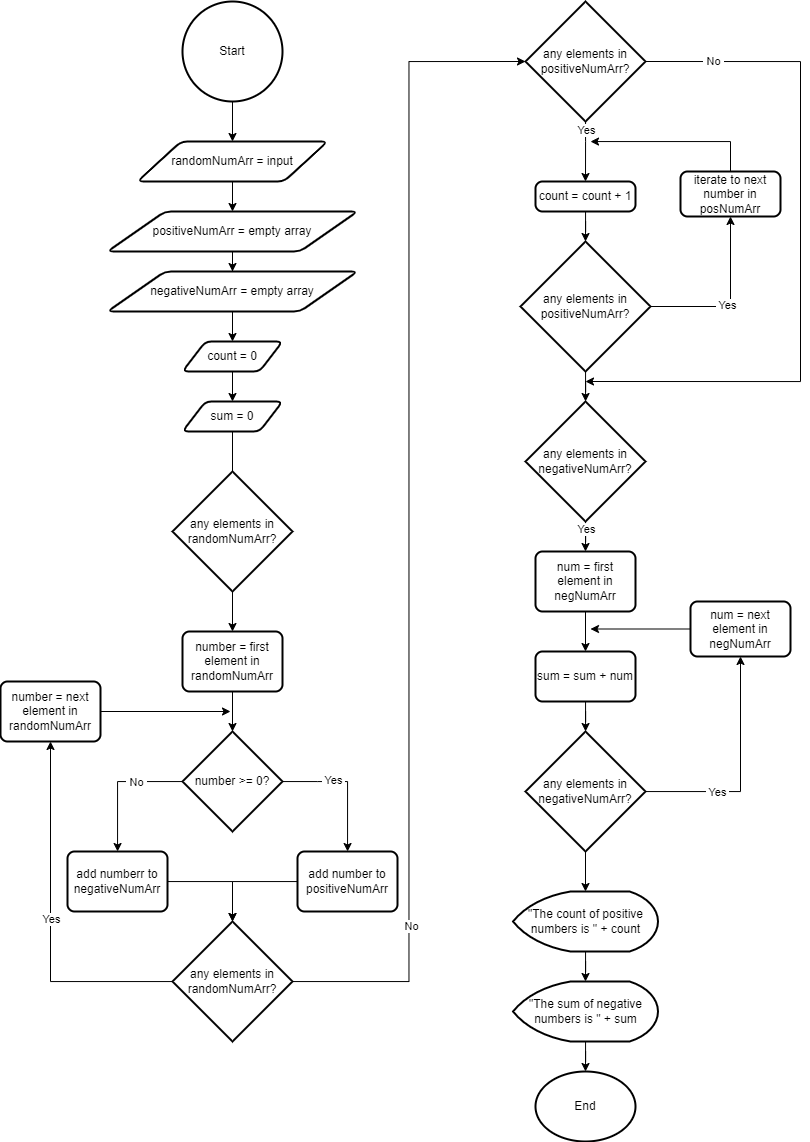
Before: PositiveCountNegativeSum.drawio.png, a diagram exported from draw.io (AaronInTheForest/Pseudocode-and-flowchart-demo). Source tidied: cells renumbered, new cells last; positions are measured from the earlier drawing's top-left corner, leaving out a move shared by most shapes. Source of this version:
```xml
<mxGraphModel>
  <root>
    <mxCell id="0" />
    <mxCell id="1" parent="0" />
    <mxCell id="2" style="edgeStyle=orthogonalEdgeStyle;rounded=0;jettySize=auto;html=1;entryX=0.5;entryY=0;entryDx=0;entryDy=0;" parent="1" edge="1" source="3" target="5">
      <mxGeometry relative="1" as="geometry" />
    </mxCell>
    <mxCell id="3" value="Start" style="strokeWidth=2;html=1;shape=mxgraph.flowchart.start_2;whiteSpace=wrap;" parent="1" vertex="1">
      <mxGeometry x="182" width="100" height="100" as="geometry" />
    </mxCell>
    <mxCell id="4" style="edgeStyle=orthogonalEdgeStyle;rounded=0;jettySize=auto;html=1;" parent="1" edge="1" source="5" target="7">
      <mxGeometry relative="1" as="geometry" />
    </mxCell>
    <mxCell id="5" value="randomNumArr = input" style="shape=parallelogram;html=1;strokeWidth=2;perimeter=parallelogramPerimeter;whiteSpace=wrap;rounded=1;arcSize=12;size=0.23;" parent="1" vertex="1">
      <mxGeometry x="137" y="140" width="190" height="40" as="geometry" />
    </mxCell>
    <mxCell id="6" style="edgeStyle=orthogonalEdgeStyle;rounded=0;jettySize=auto;html=1;" parent="1" edge="1" source="7" target="9">
      <mxGeometry relative="1" as="geometry" />
    </mxCell>
    <mxCell id="7" value="positiveNumArr = empty array" style="shape=parallelogram;html=1;strokeWidth=2;perimeter=parallelogramPerimeter;whiteSpace=wrap;rounded=1;arcSize=12;size=0.23;" parent="1" vertex="1">
      <mxGeometry x="107" y="210" width="250" height="40" as="geometry" />
    </mxCell>
    <mxCell id="8" style="edgeStyle=orthogonalEdgeStyle;rounded=0;jettySize=auto;html=1;" parent="1" edge="1" source="9" target="11">
      <mxGeometry relative="1" as="geometry" />
    </mxCell>
    <mxCell id="9" value="negativeNumArr = empty array" style="shape=parallelogram;html=1;strokeWidth=2;perimeter=parallelogramPerimeter;whiteSpace=wrap;rounded=1;arcSize=12;size=0.23;" parent="1" vertex="1">
      <mxGeometry x="107" y="270" width="250" height="40" as="geometry" />
    </mxCell>
    <mxCell id="10" style="edgeStyle=orthogonalEdgeStyle;rounded=0;jettySize=auto;html=1;" parent="1" edge="1" source="11" target="13">
      <mxGeometry relative="1" as="geometry" />
    </mxCell>
    <mxCell id="11" value="count = 0" style="shape=parallelogram;html=1;strokeWidth=2;perimeter=parallelogramPerimeter;whiteSpace=wrap;rounded=1;arcSize=12;size=0.23;" parent="1" vertex="1">
      <mxGeometry x="182" y="340" width="100" height="30" as="geometry" />
    </mxCell>
    <mxCell id="12" style="edgeStyle=orthogonalEdgeStyle;rounded=0;jettySize=auto;html=1;startArrow=none;" parent="1" edge="1" source="31">
      <mxGeometry relative="1" as="geometry">
        <mxPoint x="232" y="590" as="targetPoint" />
      </mxGeometry>
    </mxCell>
    <mxCell id="13" value="sum = 0" style="shape=parallelogram;html=1;strokeWidth=2;perimeter=parallelogramPerimeter;whiteSpace=wrap;rounded=1;arcSize=12;size=0.23;" parent="1" vertex="1">
      <mxGeometry x="182" y="400" width="100" height="30" as="geometry" />
    </mxCell>
    <mxCell id="14" style="edgeStyle=orthogonalEdgeStyle;rounded=0;jettySize=auto;html=1;" parent="1" edge="1" source="31" target="30">
      <mxGeometry relative="1" as="geometry" />
    </mxCell>
    <mxCell id="15" style="edgeStyle=orthogonalEdgeStyle;rounded=0;jettySize=auto;html=1;" parent="1" edge="1" source="19" target="21">
      <mxGeometry relative="1" as="geometry">
        <Array as="points">
          <mxPoint x="317" y="780" />
          <mxPoint x="317" y="780" />
        </Array>
      </mxGeometry>
    </mxCell>
    <mxCell id="16" value="&amp;nbsp;Yes&amp;nbsp;" style="edgeLabel;html=1;align=center;verticalAlign=middle;" parent="15" vertex="1">
      <mxGeometry x="-0.26" y="2" relative="1" as="geometry" />
    </mxCell>
    <mxCell id="17" style="edgeStyle=orthogonalEdgeStyle;rounded=0;jettySize=auto;html=1;" parent="1" edge="1" source="19" target="23">
      <mxGeometry relative="1" as="geometry" />
    </mxCell>
    <mxCell id="18" value="&amp;nbsp;No&amp;nbsp;" style="edgeLabel;html=1;align=center;verticalAlign=middle;" parent="17" vertex="1">
      <mxGeometry x="-0.3" relative="1" as="geometry" />
    </mxCell>
    <mxCell id="19" value="number &amp;gt;= 0?" style="strokeWidth=2;html=1;shape=mxgraph.flowchart.decision;whiteSpace=wrap;" parent="1" vertex="1">
      <mxGeometry x="182" y="730" width="100" height="100" as="geometry" />
    </mxCell>
    <mxCell id="20" style="edgeStyle=orthogonalEdgeStyle;rounded=0;jettySize=auto;html=1;entryX=0.5;entryY=0;entryDx=0;entryDy=0;entryPerimeter=0;" parent="1" edge="1" source="21" target="28">
      <mxGeometry relative="1" as="geometry" />
    </mxCell>
    <mxCell id="21" value="add number to positiveNumArr" style="rounded=1;whiteSpace=wrap;html=1;absoluteArcSize=1;arcSize=14;strokeWidth=2;" parent="1" vertex="1">
      <mxGeometry x="297" y="850" width="100" height="60" as="geometry" />
    </mxCell>
    <mxCell id="22" style="edgeStyle=orthogonalEdgeStyle;rounded=0;jettySize=auto;html=1;entryX=0.5;entryY=0;entryDx=0;entryDy=0;entryPerimeter=0;" parent="1" edge="1" source="23" target="28">
      <mxGeometry relative="1" as="geometry" />
    </mxCell>
    <mxCell id="23" value="add numberr to negativeNumArr" style="rounded=1;whiteSpace=wrap;html=1;absoluteArcSize=1;arcSize=14;strokeWidth=2;" parent="1" vertex="1">
      <mxGeometry x="67" y="850" width="100" height="60" as="geometry" />
    </mxCell>
    <mxCell id="24" style="edgeStyle=orthogonalEdgeStyle;rounded=0;jettySize=auto;html=1;entryX=0.5;entryY=1;entryDx=0;entryDy=0;" parent="1" edge="1" source="28" target="34">
      <mxGeometry relative="1" as="geometry" />
    </mxCell>
    <mxCell id="25" value="Yes" style="edgeLabel;html=1;align=center;verticalAlign=middle;" parent="24" vertex="1">
      <mxGeometry x="0.02" relative="1" as="geometry" />
    </mxCell>
    <mxCell id="26" style="edgeStyle=orthogonalEdgeStyle;rounded=0;jettySize=auto;html=1;entryX=0;entryY=0.5;entryDx=0;entryDy=0;entryPerimeter=0;" parent="1" edge="1" source="28" target="39">
      <mxGeometry relative="1" as="geometry" />
    </mxCell>
    <mxCell id="27" value="No" style="edgeLabel;html=1;align=center;verticalAlign=middle;" parent="26" vertex="1">
      <mxGeometry x="-0.7" y="-2" relative="1" as="geometry" />
    </mxCell>
    <mxCell id="28" value="&lt;span&gt;any elements in randomNumArr?&lt;/span&gt;" style="strokeWidth=2;html=1;shape=mxgraph.flowchart.decision;whiteSpace=wrap;" parent="1" vertex="1">
      <mxGeometry x="172" y="920" width="120" height="120" as="geometry" />
    </mxCell>
    <mxCell id="29" style="edgeStyle=orthogonalEdgeStyle;rounded=0;jettySize=auto;html=1;entryX=0.5;entryY=0;entryDx=0;entryDy=0;entryPerimeter=0;" parent="1" edge="1" source="30" target="19">
      <mxGeometry relative="1" as="geometry" />
    </mxCell>
    <mxCell id="30" value="number = first element in randomNumArr" style="rounded=1;whiteSpace=wrap;html=1;absoluteArcSize=1;arcSize=14;strokeWidth=2;" parent="1" vertex="1">
      <mxGeometry x="182" y="630" width="100" height="60" as="geometry" />
    </mxCell>
    <mxCell id="31" value="any elements in randomNumArr?" style="strokeWidth=2;html=1;shape=mxgraph.flowchart.decision;whiteSpace=wrap;" parent="1" vertex="1">
      <mxGeometry x="172" y="470" width="120" height="120" as="geometry" />
    </mxCell>
    <mxCell id="32" style="edgeStyle=orthogonalEdgeStyle;rounded=0;jettySize=auto;html=1;endArrow=none;" parent="1" edge="1" source="13" target="31">
      <mxGeometry relative="1" as="geometry" />
    </mxCell>
    <mxCell id="33" style="edgeStyle=orthogonalEdgeStyle;rounded=0;jettySize=auto;html=1;" parent="1" edge="1" source="34">
      <mxGeometry relative="1" as="geometry">
        <mxPoint x="230" y="710" as="targetPoint" />
      </mxGeometry>
    </mxCell>
    <mxCell id="34" value="number = next element in randomNumArr" style="rounded=1;whiteSpace=wrap;html=1;absoluteArcSize=1;arcSize=14;strokeWidth=2;" parent="1" vertex="1">
      <mxGeometry y="680" width="100" height="60" as="geometry" />
    </mxCell>
    <mxCell id="35" style="edgeStyle=orthogonalEdgeStyle;rounded=0;jettySize=auto;html=1;entryX=0.5;entryY=0;entryDx=0;entryDy=0;" parent="1" edge="1" source="39" target="41">
      <mxGeometry relative="1" as="geometry">
        <Array as="points">
          <mxPoint x="585" y="140" />
          <mxPoint x="585" y="140" />
        </Array>
      </mxGeometry>
    </mxCell>
    <mxCell id="36" value="Yes" style="edgeLabel;html=1;align=center;verticalAlign=middle;" parent="35" vertex="1">
      <mxGeometry x="-0.73" relative="1" as="geometry" />
    </mxCell>
    <mxCell id="37" style="edgeStyle=orthogonalEdgeStyle;rounded=0;jettySize=auto;html=1;exitX=1;exitY=0.5;exitDx=0;exitDy=0;exitPerimeter=0;" parent="1" edge="1" source="39">
      <mxGeometry relative="1" as="geometry">
        <mxPoint x="585" y="380" as="targetPoint" />
        <Array as="points">
          <mxPoint x="800" y="60" />
          <mxPoint x="800" y="380" />
        </Array>
      </mxGeometry>
    </mxCell>
    <mxCell id="38" value="&amp;nbsp;No&amp;nbsp;" style="edgeLabel;html=1;align=center;verticalAlign=middle;" parent="37" vertex="1">
      <mxGeometry x="-0.8" y="1" relative="1" as="geometry" />
    </mxCell>
    <mxCell id="39" value="any elements in positiveNumArr?" style="strokeWidth=2;html=1;shape=mxgraph.flowchart.decision;whiteSpace=wrap;" parent="1" vertex="1">
      <mxGeometry x="525" width="120" height="120" as="geometry" />
    </mxCell>
    <mxCell id="40" style="edgeStyle=orthogonalEdgeStyle;rounded=0;jettySize=auto;html=1;entryX=0.5;entryY=0;entryDx=0;entryDy=0;entryPerimeter=0;" parent="1" edge="1" source="41" target="45">
      <mxGeometry relative="1" as="geometry" />
    </mxCell>
    <mxCell id="41" value="count = count + 1" style="rounded=1;whiteSpace=wrap;html=1;absoluteArcSize=1;arcSize=14;strokeWidth=2;" parent="1" vertex="1">
      <mxGeometry x="535" y="180" width="100" height="30" as="geometry" />
    </mxCell>
    <mxCell id="42" style="edgeStyle=orthogonalEdgeStyle;rounded=0;jettySize=auto;html=1;entryX=0.5;entryY=1;entryDx=0;entryDy=0;" parent="1" edge="1" source="45" target="47">
      <mxGeometry relative="1" as="geometry" />
    </mxCell>
    <mxCell id="43" value="&amp;nbsp;Yes&amp;nbsp;" style="edgeLabel;html=1;align=center;verticalAlign=middle;" parent="42" vertex="1">
      <mxGeometry x="-0.1" y="2" relative="1" as="geometry" />
    </mxCell>
    <mxCell id="44" style="edgeStyle=orthogonalEdgeStyle;rounded=0;jettySize=auto;html=1;" parent="1" edge="1" source="45" target="50">
      <mxGeometry relative="1" as="geometry" />
    </mxCell>
    <mxCell id="45" value="&lt;span&gt;any elements in positiveNumArr?&lt;/span&gt;" style="strokeWidth=2;html=1;shape=mxgraph.flowchart.decision;whiteSpace=wrap;" parent="1" vertex="1">
      <mxGeometry x="520" y="240" width="130" height="130" as="geometry" />
    </mxCell>
    <mxCell id="46" style="edgeStyle=orthogonalEdgeStyle;rounded=0;jettySize=auto;html=1;" parent="1" edge="1" source="47">
      <mxGeometry relative="1" as="geometry">
        <mxPoint x="590" y="140" as="targetPoint" />
        <Array as="points">
          <mxPoint x="730" y="140" />
          <mxPoint x="590" y="140" />
        </Array>
      </mxGeometry>
    </mxCell>
    <mxCell id="47" value="iterate to next number in posNumArr" style="rounded=1;whiteSpace=wrap;html=1;absoluteArcSize=1;arcSize=14;strokeWidth=2;" parent="1" vertex="1">
      <mxGeometry x="680" y="170" width="100" height="45" as="geometry" />
    </mxCell>
    <mxCell id="48" style="edgeStyle=orthogonalEdgeStyle;rounded=0;jettySize=auto;html=1;entryX=0.5;entryY=0;entryDx=0;entryDy=0;" parent="1" edge="1" source="50" target="52">
      <mxGeometry relative="1" as="geometry" />
    </mxCell>
    <mxCell id="49" value="Yes" style="edgeLabel;html=1;align=center;verticalAlign=middle;" parent="48" vertex="1">
      <mxGeometry x="-0.71" relative="1" as="geometry" />
    </mxCell>
    <mxCell id="50" value="any elements in negativeNumArr?" style="strokeWidth=2;html=1;shape=mxgraph.flowchart.decision;whiteSpace=wrap;" parent="1" vertex="1">
      <mxGeometry x="525" y="400" width="120" height="120" as="geometry" />
    </mxCell>
    <mxCell id="51" style="edgeStyle=orthogonalEdgeStyle;rounded=0;jettySize=auto;html=1;entryX=0.5;entryY=0;entryDx=0;entryDy=0;" parent="1" edge="1" source="52" target="54">
      <mxGeometry relative="1" as="geometry" />
    </mxCell>
    <mxCell id="52" value="num = first element in negNumArr" style="rounded=1;whiteSpace=wrap;html=1;absoluteArcSize=1;arcSize=14;strokeWidth=2;" parent="1" vertex="1">
      <mxGeometry x="535" y="550" width="100" height="60" as="geometry" />
    </mxCell>
    <mxCell id="53" style="edgeStyle=orthogonalEdgeStyle;rounded=0;jettySize=auto;html=1;" parent="1" edge="1" source="54" target="58">
      <mxGeometry relative="1" as="geometry" />
    </mxCell>
    <mxCell id="54" value="sum = sum + num" style="rounded=1;whiteSpace=wrap;html=1;absoluteArcSize=1;arcSize=14;strokeWidth=2;" parent="1" vertex="1">
      <mxGeometry x="535" y="650" width="100" height="50" as="geometry" />
    </mxCell>
    <mxCell id="55" style="edgeStyle=orthogonalEdgeStyle;rounded=0;jettySize=auto;html=1;entryX=0.5;entryY=1;entryDx=0;entryDy=0;" parent="1" edge="1" source="58" target="60">
      <mxGeometry relative="1" as="geometry" />
    </mxCell>
    <mxCell id="56" value="&amp;nbsp;Yes&amp;nbsp;" style="edgeLabel;html=1;align=center;verticalAlign=middle;" parent="55" vertex="1">
      <mxGeometry x="-0.37" relative="1" as="geometry" />
    </mxCell>
    <mxCell id="57" style="edgeStyle=orthogonalEdgeStyle;rounded=0;jettySize=auto;html=1;entryX=0.5;entryY=0;entryDx=0;entryDy=0;entryPerimeter=0;" parent="1" edge="1" source="58" target="62">
      <mxGeometry relative="1" as="geometry" />
    </mxCell>
    <mxCell id="58" value="any elements in negativeNumArr?" style="strokeWidth=2;html=1;shape=mxgraph.flowchart.decision;whiteSpace=wrap;" parent="1" vertex="1">
      <mxGeometry x="525" y="730" width="120" height="120" as="geometry" />
    </mxCell>
    <mxCell id="59" style="edgeStyle=orthogonalEdgeStyle;rounded=0;jettySize=auto;html=1;" parent="1" edge="1" source="60">
      <mxGeometry relative="1" as="geometry">
        <mxPoint x="590" y="627.5" as="targetPoint" />
      </mxGeometry>
    </mxCell>
    <mxCell id="60" value="num = next element in negNumArr" style="rounded=1;whiteSpace=wrap;html=1;absoluteArcSize=1;arcSize=14;strokeWidth=2;" parent="1" vertex="1">
      <mxGeometry x="690" y="600" width="100" height="55" as="geometry" />
    </mxCell>
    <mxCell id="61" style="edgeStyle=orthogonalEdgeStyle;rounded=0;jettySize=auto;html=1;entryX=0.5;entryY=0;entryDx=0;entryDy=0;entryPerimeter=0;" parent="1" edge="1" source="62" target="64">
      <mxGeometry relative="1" as="geometry" />
    </mxCell>
    <mxCell id="62" value="&quot;The count of positive numbers is &quot; + count" style="strokeWidth=2;html=1;shape=mxgraph.flowchart.display;whiteSpace=wrap;" parent="1" vertex="1">
      <mxGeometry x="512.5" y="890" width="145" height="60" as="geometry" />
    </mxCell>
    <mxCell id="63" style="edgeStyle=orthogonalEdgeStyle;rounded=0;jettySize=auto;html=1;entryX=0.5;entryY=0;entryDx=0;entryDy=0;entryPerimeter=0;" parent="1" edge="1" source="64" target="65">
      <mxGeometry relative="1" as="geometry" />
    </mxCell>
    <mxCell id="64" value="&quot;The sum of negative numbers is &quot; + sum" style="strokeWidth=2;html=1;shape=mxgraph.flowchart.display;whiteSpace=wrap;" parent="1" vertex="1">
      <mxGeometry x="512.5" y="980" width="145" height="60" as="geometry" />
    </mxCell>
    <mxCell id="65" value="End" style="strokeWidth=2;html=1;shape=mxgraph.flowchart.start_2;whiteSpace=wrap;" parent="1" vertex="1">
      <mxGeometry x="535" y="1070" width="100" height="70" as="geometry" />
    </mxCell>
  </root>
</mxGraphModel>
```
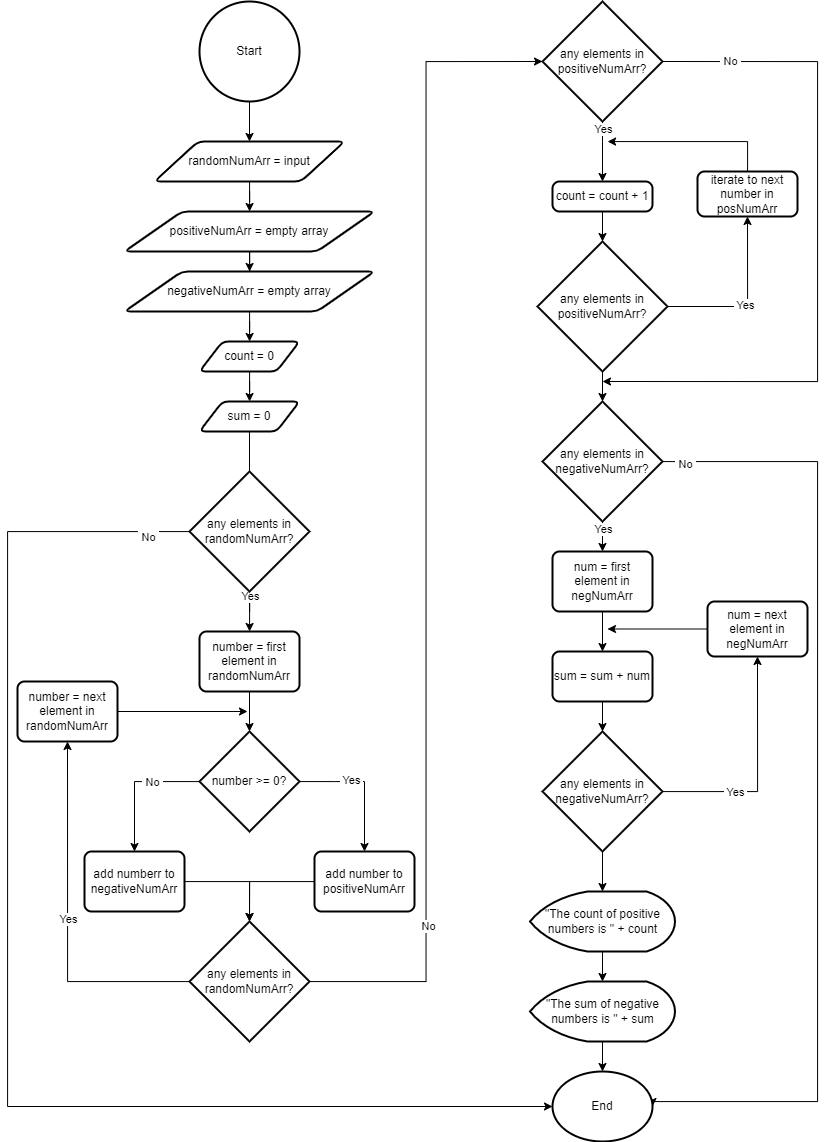
Later version of the same file.

Commit message:
had to fix my diagram - I was missing a couple of flow lines from a couple of decisions

What changed in the source:
```diff
@@ -40,9 +40,18 @@
     <mxCell id="13" value="sum = 0" style="shape=parallelogram;html=1;strokeWidth=2;perimeter=parallelogramPerimeter;whiteSpace=wrap;rounded=1;arcSize=12;size=0.23;" parent="1" vertex="1">
       <mxGeometry x="182" y="400" width="100" height="30" as="geometry" />
     </mxCell>
-    <mxCell id="14" style="edgeStyle=orthogonalEdgeStyle;rounded=0;jettySize=auto;html=1;" parent="1" edge="1" source="31" target="30">
-      <mxGeometry relative="1" as="geometry" />
+    <mxCell id="14" style="edgeStyle=orthogonalEdgeStyle;rounded=0;jettySize=auto;html=1;" parent="1" edge="1" target="30">
+      <mxGeometry relative="1" as="geometry">
+        <mxPoint x="232" y="590" as="sourcePoint" />
+        <Array as="points">
+          <mxPoint x="232" y="600" />
+          <mxPoint x="232" y="600" />
+        </Array>
+      </mxGeometry>
     </mxCell>
+    <mxCell id="66" value="Yes" style="edgeLabel;html=1;align=center;verticalAlign=middle;" parent="14" vertex="1">
+      <mxGeometry x="-0.76" relative="1" as="geometry" />
+    </mxCell>
     <mxCell id="15" style="edgeStyle=orthogonalEdgeStyle;rounded=0;jettySize=auto;html=1;" parent="1" edge="1" source="19" target="21">
       <mxGeometry relative="1" as="geometry">
         <Array as="points">
@@ -96,6 +105,17 @@
     <mxCell id="30" value="number = first element in randomNumArr" style="rounded=1;whiteSpace=wrap;html=1;absoluteArcSize=1;arcSize=14;strokeWidth=2;" parent="1" vertex="1">
       <mxGeometry x="182" y="630" width="100" height="60" as="geometry" />
     </mxCell>
+    <mxCell id="67" style="edgeStyle=orthogonalEdgeStyle;rounded=0;jettySize=auto;html=1;entryX=0;entryY=0.5;entryDx=0;entryDy=0;entryPerimeter=0;" parent="1" edge="1" source="31" target="65">
+      <mxGeometry relative="1" as="geometry">
+        <Array as="points">
+          <mxPoint x="-10" y="530" />
+          <mxPoint x="-10" y="1105" />
+        </Array>
+      </mxGeometry>
+    </mxCell>
+    <mxCell id="68" value="&amp;nbsp;No&amp;nbsp;" style="edgeLabel;html=1;align=center;verticalAlign=middle;" parent="67" vertex="1">
+      <mxGeometry x="-0.94" y="5" relative="1" as="geometry" />
+    </mxCell>
     <mxCell id="31" value="any elements in randomNumArr?" style="strokeWidth=2;html=1;shape=mxgraph.flowchart.decision;whiteSpace=wrap;" parent="1" vertex="1">
       <mxGeometry x="172" y="470" width="120" height="120" as="geometry" />
     </mxCell>
@@ -172,6 +192,20 @@
     <mxCell id="49" value="Yes" style="edgeLabel;html=1;align=center;verticalAlign=middle;" parent="48" vertex="1">
       <mxGeometry x="-0.71" relative="1" as="geometry" />
     </mxCell>
+    <mxCell id="69" style="edgeStyle=orthogonalEdgeStyle;rounded=0;jettySize=auto;html=1;entryX=1;entryY=0.5;entryDx=0;entryDy=0;entryPerimeter=0;" parent="1" edge="1" source="50" target="65">
+      <mxGeometry relative="1" as="geometry">
+        <Array as="points">
+          <mxPoint x="800" y="460" />
+          <mxPoint x="800" y="1100" />
+          <mxPoint x="635" y="1100" />
+        </Array>
+      </mxGeometry>
+    </mxCell>
+    <mxCell id="70" value="&amp;nbsp;No&amp;nbsp;" style="edgeLabel;html=1;align=center;verticalAlign=middle;" parent="69" vertex="1">
+      <mxGeometry x="-0.96" y="-2" relative="1" as="geometry">
+        <mxPoint x="1" as="offset" />
+      </mxGeometry>
+    </mxCell>
     <mxCell id="50" value="any elements in negativeNumArr?" style="strokeWidth=2;html=1;shape=mxgraph.flowchart.decision;whiteSpace=wrap;" parent="1" vertex="1">
       <mxGeometry x="525" y="400" width="120" height="120" as="geometry" />
     </mxCell>
```
